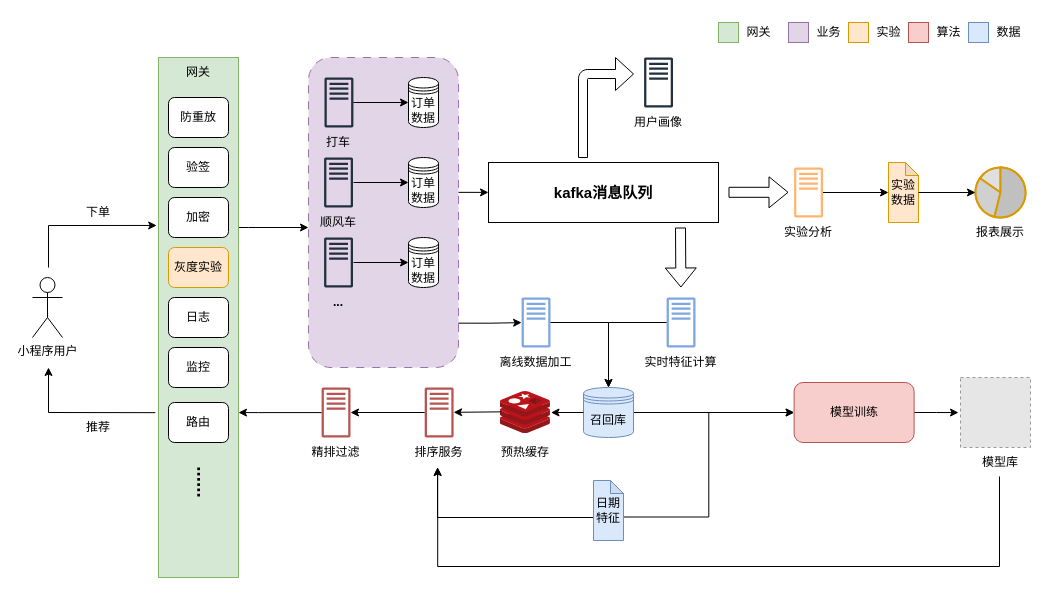
The draw.io diagram page "整体" (2 of 6) of tms/转化率提升.drawio in wangziji/graphics, before the edit. Source tidied: cells renumbered, new cells numbered last; positions are measured from the earlier drawing's top-left corner, leaving out a move shared by most shapes. Both pictures are drawn from the tidied source at 100%, with x=0, y=0 at pixel (32, 17). Pictures stored in the file or linked from it are replaced by grey dashed boxes.
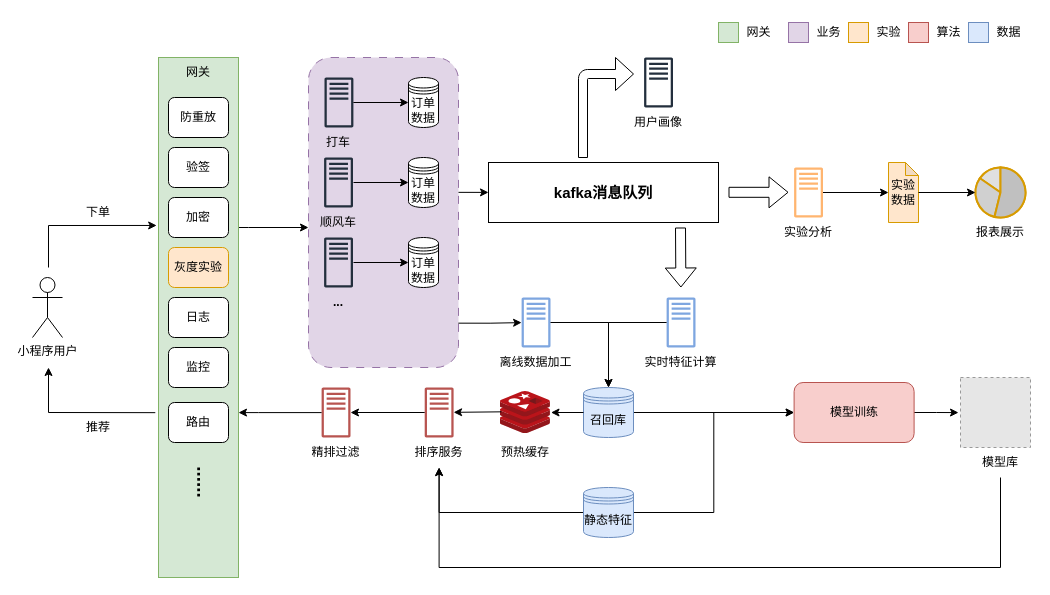
Above is the later version.

The change refers to these unchanged cells:
```xml
<mxCell id="55" value="模型训练" style="rounded=1;whiteSpace=wrap;html=1;fillColor=#f8cecc;strokeColor=#b85450;" parent="1" vertex="1">
  <mxGeometry x="761.6" y="365" width="120" height="60" as="geometry" />
</mxCell>
<mxCell id="58" value="模型库" style="text;html=1;align=center;verticalAlign=middle;whiteSpace=wrap;rounded=0;" parent="1" vertex="1">
  <mxGeometry x="938" y="430" width="60" height="30" as="geometry" />
</mxCell>
<mxCell id="62" value="排序服务" style="text;html=1;align=center;verticalAlign=middle;whiteSpace=wrap;rounded=0;" parent="60" vertex="1">
  <mxGeometry y="50" width="75" height="30" as="geometry" />
</mxCell>
```

What changed in the source:
```diff
@@
-    <mxCell id="51" style="edgeStyle=orthogonalEdgeStyle;rounded=0;jettySize=auto;html=1;exitX=0;exitY=0.5;exitDx=0;exitDy=0;exitPerimeter=0;" parent="1" edge="1" source="53" target="62">
-      <mxGeometry relative="1" as="geometry">
-        <Array as="points">
-          <mxPoint x="561" y="500" />
-          <mxPoint x="405" y="500" />
-        </Array>
-      </mxGeometry>
-    </mxCell>
-    <mxCell id="52" style="edgeStyle=orthogonalEdgeStyle;rounded=0;jettySize=auto;html=1;exitX=0;exitY=0;exitDx=29.999999999999996;exitDy=36.5;exitPerimeter=0;entryX=0;entryY=0.5;entryDx=0;entryDy=0;" parent="1" edge="1" source="53" target="55">
+    <mxCell id="52" style="edgeStyle=orthogonalEdgeStyle;rounded=0;jettySize=auto;html=1;exitX=1;exitY=0.5;exitDx=0;exitDy=0;entryX=0;entryY=0.5;entryDx=0;entryDy=0;" parent="1" edge="1" source="95" target="55">
       <mxGeometry relative="1" as="geometry" />
     </mxCell>
-    <mxCell id="53" value="日期特征" style="shape=note;whiteSpace=wrap;html=1;backgroundOutline=1;darkOpacity=0.05;size=13;fillColor=#dae8fc;strokeColor=#6c8ebf;" parent="1" vertex="1">
-      <mxGeometry x="561" y="463" width="30" height="60" as="geometry" />
-    </mxCell>
@@
-    <mxCell id="57" style="edgeStyle=orthogonalEdgeStyle;rounded=0;orthogonalLoop=1;jettySize=auto;html=1;exitX=0.5;exitY=1;exitDx=0;exitDy=0;entryX=0.481;entryY=1.028;entryDx=0;entryDy=0;entryPerimeter=0;" parent="1" edge="1">
-      <mxGeometry relative="1" as="geometry">
-        <mxPoint x="967" y="459" as="sourcePoint" />
-        <mxPoint x="405.2" y="449.8" as="targetPoint" />
-        <Array as="points">
-          <mxPoint x="967" y="549" />
-          <mxPoint x="405" y="549" />
-          <mxPoint x="405" y="450" />
-        </Array>
-      </mxGeometry>
-    </mxCell>
+    <mxCell id="93" style="edgeStyle=orthogonalEdgeStyle;rounded=0;jettySize=auto;html=1;exitX=0.5;exitY=1;exitDx=0;exitDy=0;entryX=0.5;entryY=1;entryDx=0;entryDy=0;" parent="1" edge="1" source="58" target="62">
+      <mxGeometry relative="1" as="geometry">
+        <Array as="points">
+          <mxPoint x="968" y="550" />
+          <mxPoint x="407" y="550" />
+        </Array>
+      </mxGeometry>
+    </mxCell>
@@
+    <mxCell id="94" style="edgeStyle=orthogonalEdgeStyle;rounded=0;jettySize=auto;html=1;exitX=0;exitY=0.5;exitDx=0;exitDy=0;entryX=0.5;entryY=1;entryDx=0;entryDy=0;" parent="1" edge="1" source="95" target="62">
+      <mxGeometry relative="1" as="geometry" />
+    </mxCell>
+    <mxCell id="95" value="静态特征" style="shape=datastore;whiteSpace=wrap;html=1;fillColor=#dae8fc;strokeColor=#6c8ebf;" parent="1" vertex="1">
+      <mxGeometry x="551" y="470" width="50" height="50" as="geometry" />
+    </mxCell>
```
